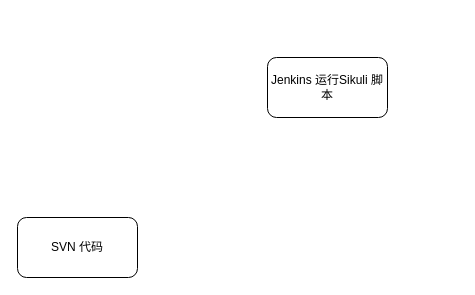
Earlier version of the draw.io diagram sikuli_python.drawio (Chenguoqing2008/drawio). Source tidied: cells renumbered, new cells numbered last; positions are measured from the earlier drawing's top-left corner, leaving out a move shared by most shapes. Both pictures are drawn from the tidied source at 100%, with x=0, y=0 at pixel (17, 57).
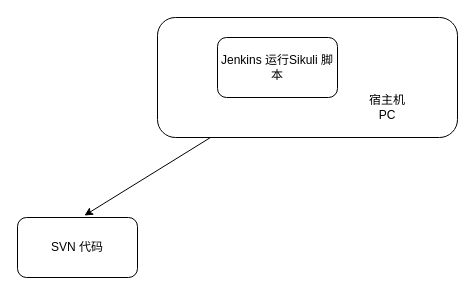
Above is the later version.

Change to the diagram source:
```diff
@@
 <mxGraphModel>
   <root>
     <mxCell id="0" />
     <mxCell id="1" parent="0" />
+    <mxCell id="4" style="rounded=1;whiteSpace=wrap;html=1;" parent="1" vertex="1">
+      <mxGeometry x="140" y="-40" width="300" height="120" as="geometry" />
+    </mxCell>
     <mxCell id="2" value="SVN&amp;nbsp;代码" style="rounded=1;whiteSpace=wrap;html=1;" parent="1" vertex="1">
       <mxGeometry y="160" width="120" height="60" as="geometry" />
     </mxCell>
     <mxCell id="3" value="Jenkins&amp;nbsp;运行Sikuli&amp;nbsp;脚本" style="rounded=1;whiteSpace=wrap;html=1;" parent="1" vertex="1">
-      <mxGeometry x="250" width="120" height="60" as="geometry" />
+      <mxGeometry x="200" y="-20" width="120" height="60" as="geometry" />
     </mxCell>
+    <mxCell id="5" value="宿主机PC" style="text;html=1;strokeColor=none;fillColor=none;align=center;verticalAlign=middle;whiteSpace=wrap;rounded=0;" parent="1" vertex="1">
+      <mxGeometry x="350" y="40" width="40" height="20" as="geometry" />
+    </mxCell>
+    <mxCell id="6" style="endArrow=classic;html=1;entryX=0.558;entryY=-0.033;entryDx=0;entryDy=0;entryPerimeter=0;" parent="1" edge="1" source="4" target="2">
+      <mxGeometry relative="1" as="geometry" />
+    </mxCell>
   </root>
 </mxGraphModel>
```
